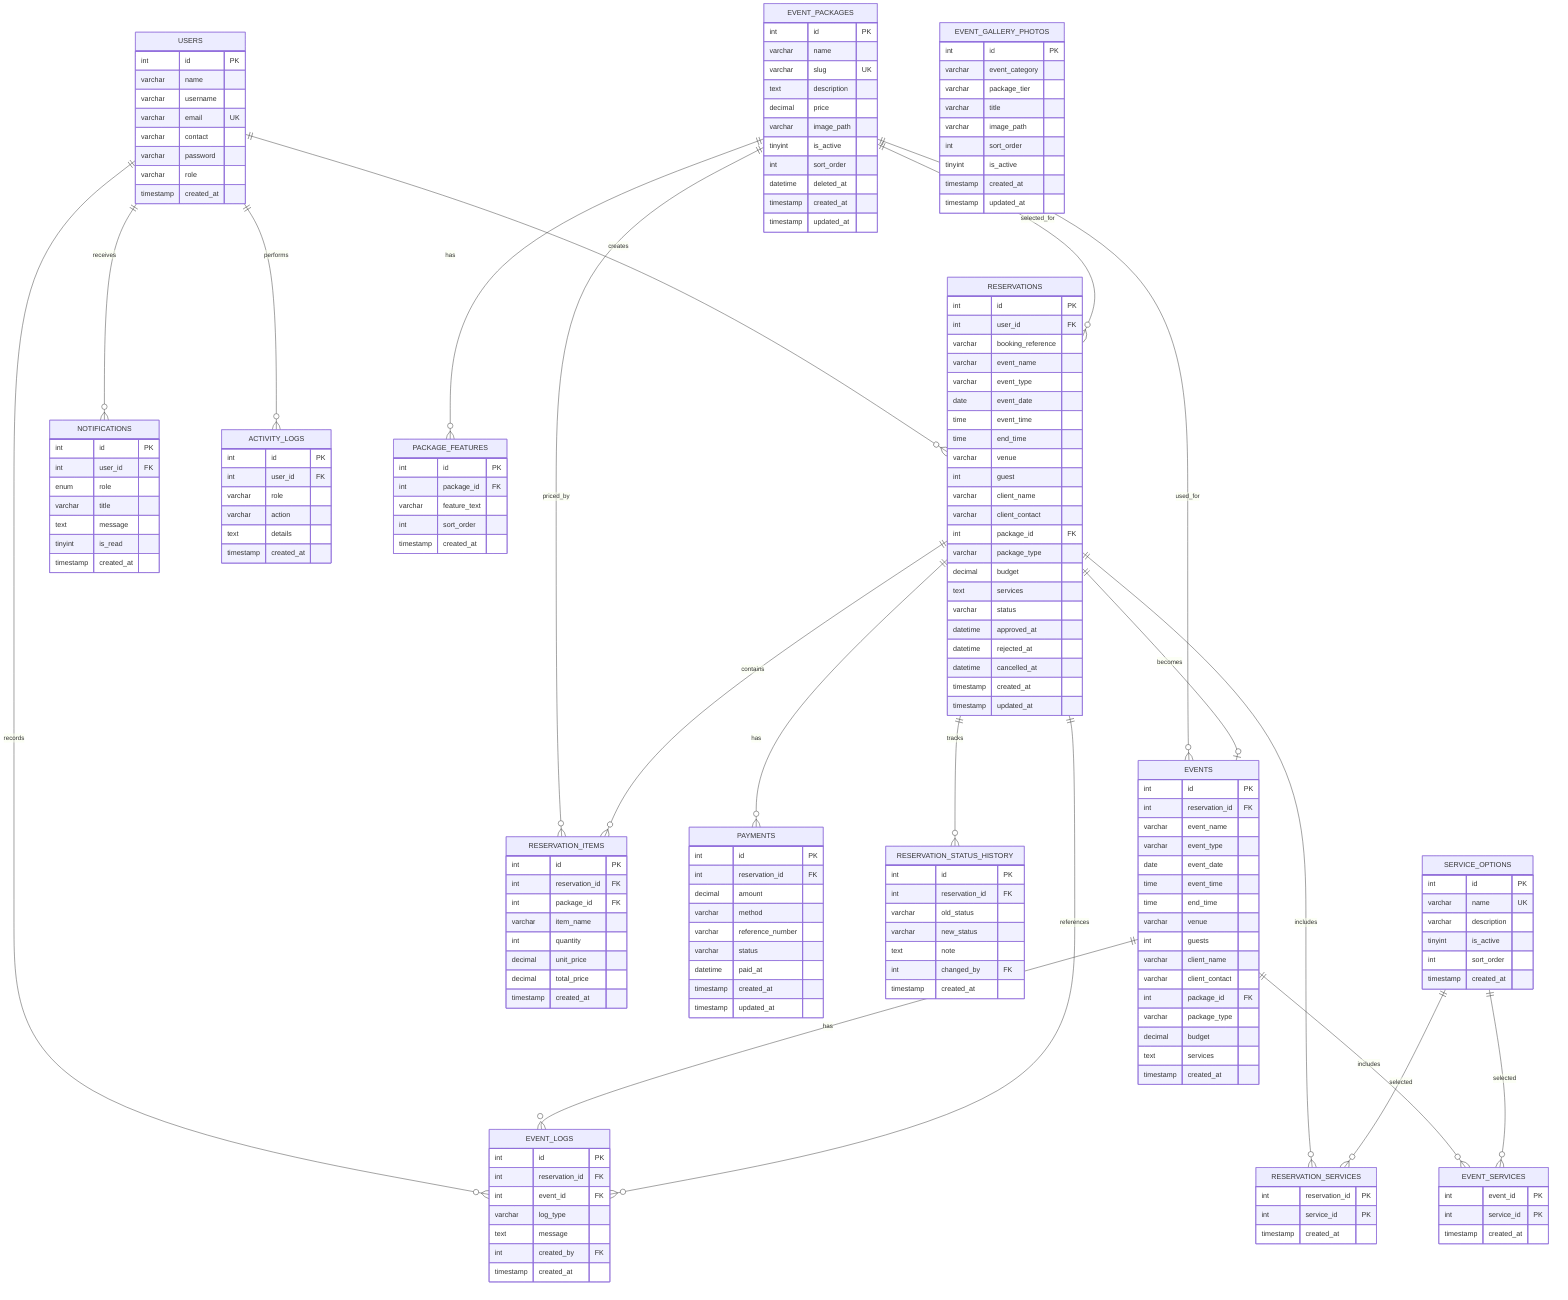
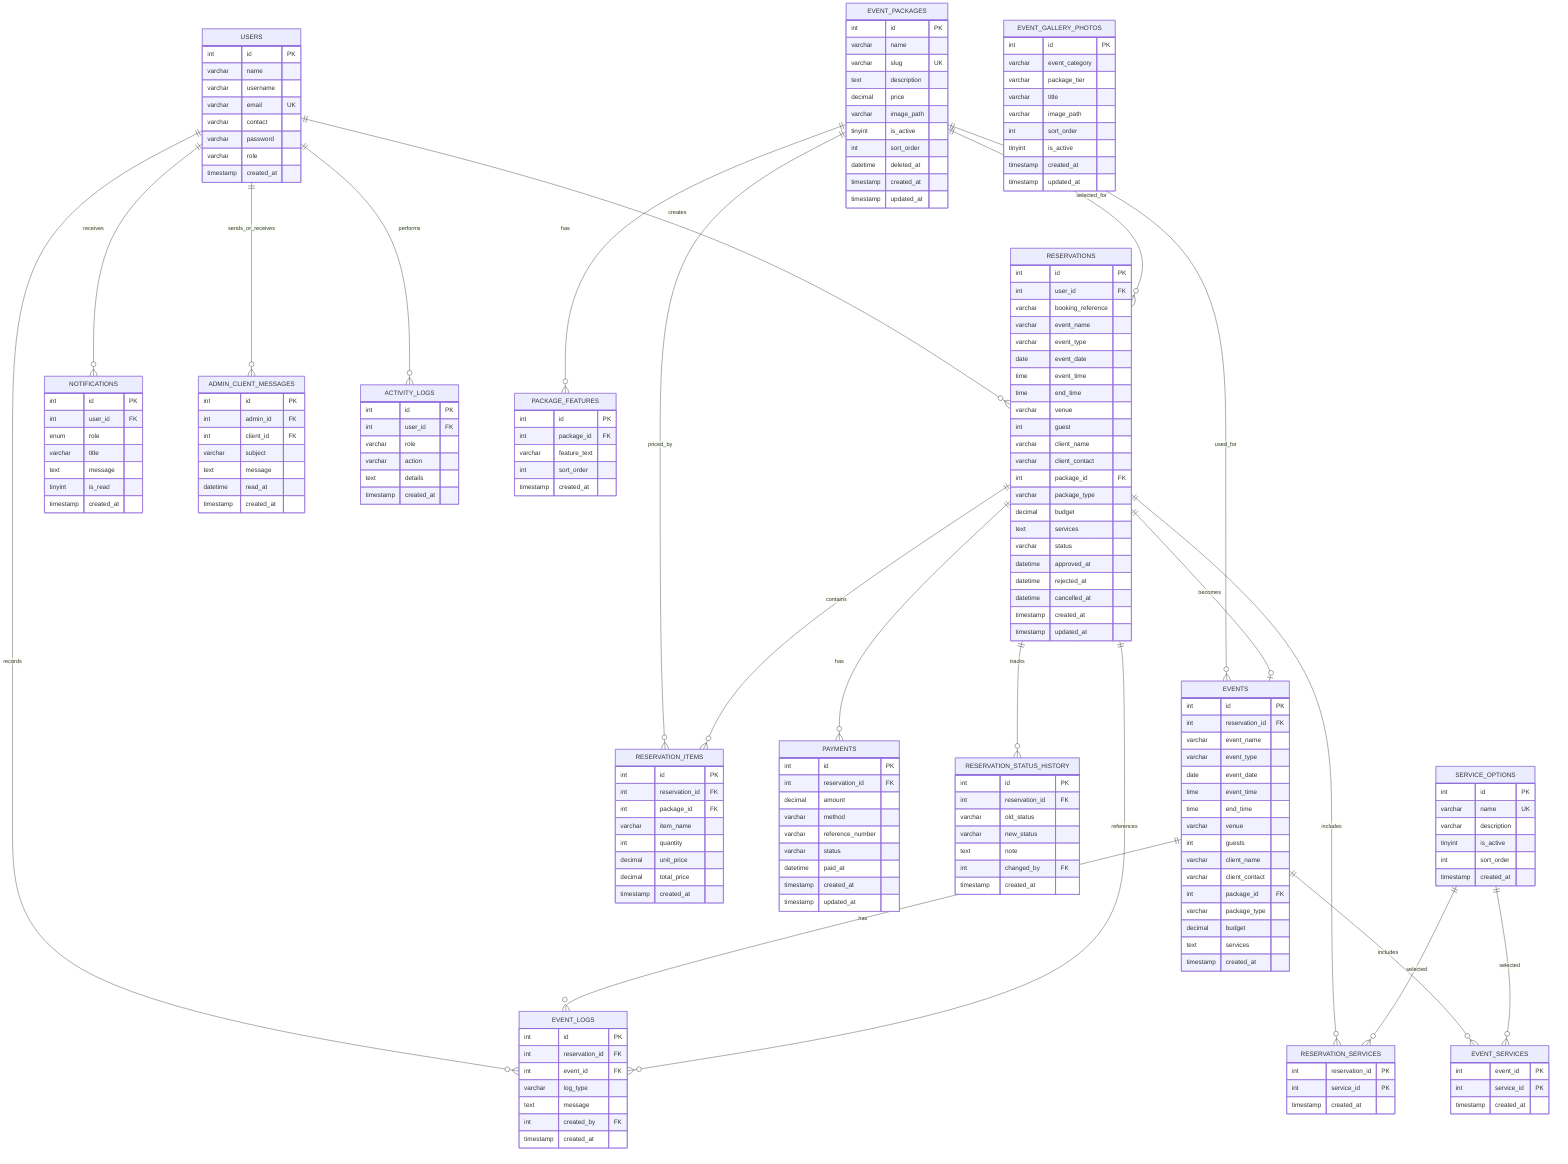
erDiagram
    USERS ||--o{ RESERVATIONS : creates
    USERS ||--o{ NOTIFICATIONS : receives
+     USERS ||--o{ ADMIN_CLIENT_MESSAGES : sends_or_receives
    USERS ||--o{ ACTIVITY_LOGS : performs
    USERS ||--o{ EVENT_LOGS : records

    EVENT_PACKAGES ||--o{ PACKAGE_FEATURES : has
    EVENT_PACKAGES ||--o{ RESERVATIONS : selected_for
    EVENT_PACKAGES ||--o{ EVENTS : used_for
    EVENT_PACKAGES ||--o{ RESERVATION_ITEMS : priced_by

    RESERVATIONS ||--o| EVENTS : becomes
    RESERVATIONS ||--o{ PAYMENTS : has
    RESERVATIONS ||--o{ RESERVATION_STATUS_HISTORY : tracks
    RESERVATIONS ||--o{ RESERVATION_ITEMS : contains
    RESERVATIONS ||--o{ RESERVATION_SERVICES : includes
    SERVICE_OPTIONS ||--o{ RESERVATION_SERVICES : selected

    EVENTS ||--o{ EVENT_SERVICES : includes
    SERVICE_OPTIONS ||--o{ EVENT_SERVICES : selected
    EVENTS ||--o{ EVENT_LOGS : has
    RESERVATIONS ||--o{ EVENT_LOGS : references

    USERS {
        int id PK
        varchar name
        varchar username
        varchar email UK
        varchar contact
        varchar password
        varchar role
        timestamp created_at
    }

    EVENT_PACKAGES {
        int id PK
        varchar name
        varchar slug UK
        text description
        decimal price
        varchar image_path
        tinyint is_active
        int sort_order
        datetime deleted_at
        timestamp created_at
        timestamp updated_at
    }

    PACKAGE_FEATURES {
        int id PK
        int package_id FK
        varchar feature_text
        int sort_order
        timestamp created_at
    }

    RESERVATIONS {
        int id PK
        int user_id FK
        varchar booking_reference
        varchar event_name
        varchar event_type
        date event_date
        time event_time
        time end_time
        varchar venue
        int guest
        varchar client_name
        varchar client_contact
        int package_id FK
        varchar package_type
        decimal budget
        text services
        varchar status
        datetime approved_at
        datetime rejected_at
        datetime cancelled_at
        timestamp created_at
        timestamp updated_at
    }

    EVENTS {
        int id PK
        int reservation_id FK
        varchar event_name
        varchar event_type
        date event_date
        time event_time
        time end_time
        varchar venue
        int guests
        varchar client_name
        varchar client_contact
        int package_id FK
        varchar package_type
        decimal budget
        text services
        timestamp created_at
    }

    SERVICE_OPTIONS {
        int id PK
        varchar name UK
        varchar description
        tinyint is_active
        int sort_order
        timestamp created_at
    }

    RESERVATION_SERVICES {
        int reservation_id PK
        int service_id PK
        timestamp created_at
    }

    EVENT_SERVICES {
        int event_id PK
        int service_id PK
        timestamp created_at
    }

    PAYMENTS {
        int id PK
        int reservation_id FK
        decimal amount
        varchar method
        varchar reference_number
        varchar status
        datetime paid_at
        timestamp created_at
        timestamp updated_at
    }

    RESERVATION_STATUS_HISTORY {
        int id PK
        int reservation_id FK
        varchar old_status
        varchar new_status
        text note
        int changed_by FK
        timestamp created_at
    }

    EVENT_LOGS {
        int id PK
        int reservation_id FK
        int event_id FK
        varchar log_type
        text message
        int created_by FK
        timestamp created_at
    }

    NOTIFICATIONS {
        int id PK
        int user_id FK
        enum role
        varchar title
        text message
        tinyint is_read
        timestamp created_at
    }

+     ADMIN_CLIENT_MESSAGES {
+         int id PK
+         int admin_id FK
+         int client_id FK
+         varchar subject
+         text message
+         datetime read_at
+         timestamp created_at
+     }
+ 
    ACTIVITY_LOGS {
        int id PK
        int user_id FK
        varchar role
        varchar action
        text details
        timestamp created_at
    }

    RESERVATION_ITEMS {
        int id PK
        int reservation_id FK
        int package_id FK
        varchar item_name
        int quantity
        decimal unit_price
        decimal total_price
        timestamp created_at
    }

    EVENT_GALLERY_PHOTOS {
        int id PK
        varchar event_category
        varchar package_tier
        varchar title
        varchar image_path
        int sort_order
        tinyint is_active
        timestamp created_at
        timestamp updated_at
    }
